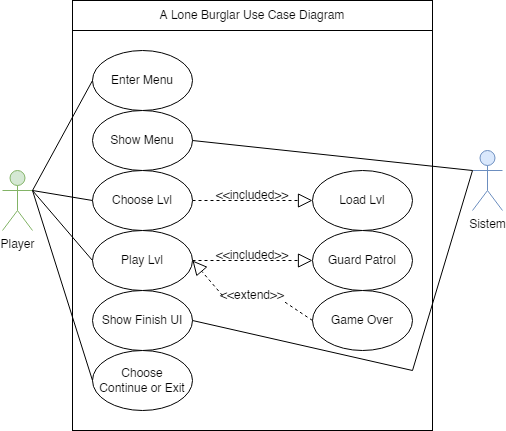
The draw.io diagram use case diagram.png in johannfac/A-Lone-Burglar, before a commit. Source tidied: cells renumbered, new cells last; positions are measured from the earlier drawing's top-left corner, leaving out a move shared by most shapes.
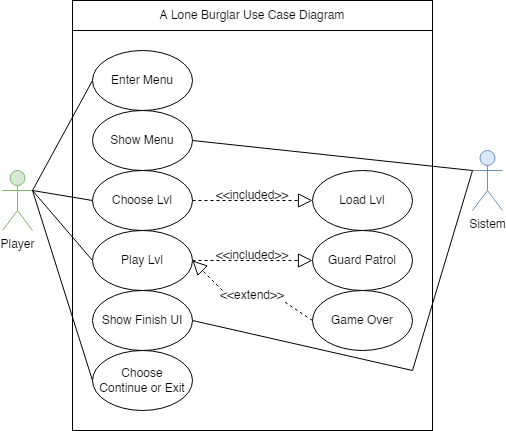
The same file after the commit.

Change to the diagram source:
```diff
@@ -57,7 +57,7 @@
     <mxCell id="16" value="Game Over" style="ellipse;whiteSpace=wrap;html=1;" parent="1" vertex="1">
       <mxGeometry x="310" y="290" width="100" height="60" as="geometry" />
     </mxCell>
-    <mxCell id="17" style="endArrow=block;dashed=1;endFill=0;endSize=12;html=1;rounded=0;exitX=0;exitY=0.5;exitDx=0;exitDy=0;startArrow=none;entryX=1;entryY=0.5;entryDx=0;entryDy=0;" parent="1" edge="1" source="22" target="12">
+    <mxCell id="17" style="endArrow=block;dashed=1;endFill=0;endSize=12;html=1;rounded=0;exitX=0;exitY=0;exitDx=0;exitDy=0;startArrow=none;entryX=1;entryY=0.5;entryDx=0;entryDy=0;" parent="1" edge="1" source="22" target="12">
       <mxGeometry relative="1" as="geometry" />
     </mxCell>
     <mxCell id="18" style="endArrow=none;endFill=0;endSize=12;html=1;rounded=0;exitX=0;exitY=0.3333333333333333;exitDx=0;exitDy=0;entryX=1;entryY=0.5;entryDx=0;entryDy=0;startArrow=none;exitPerimeter=0;" parent="1" edge="1" source="4" target="10">
```
